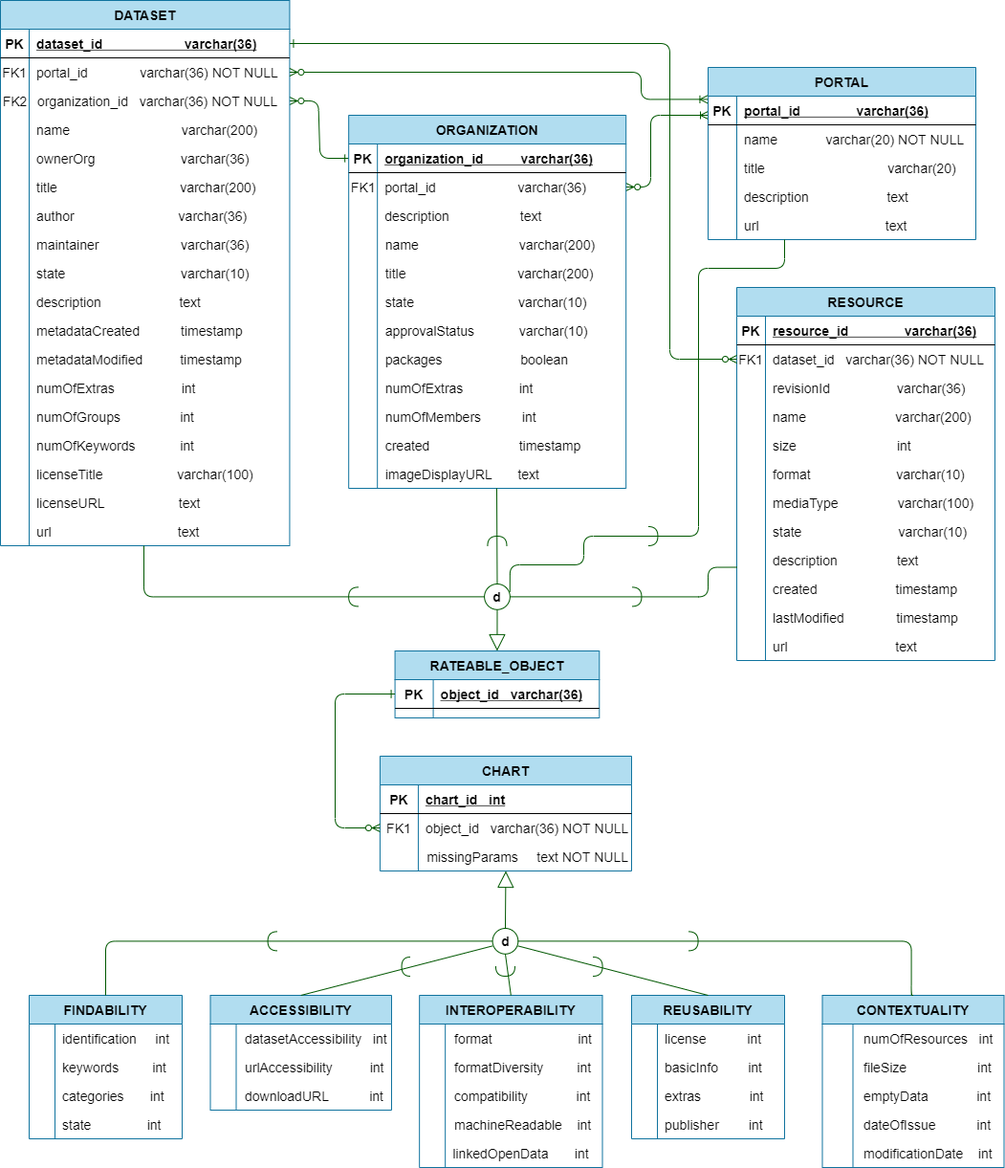
The draw.io diagram db/relation_model.png in lukasunara/ckan-data-analysis, before a commit. Source tidied: cells renumbered, new cells last; positions are measured from the earlier drawing's top-left corner, leaving out a move shared by most shapes.
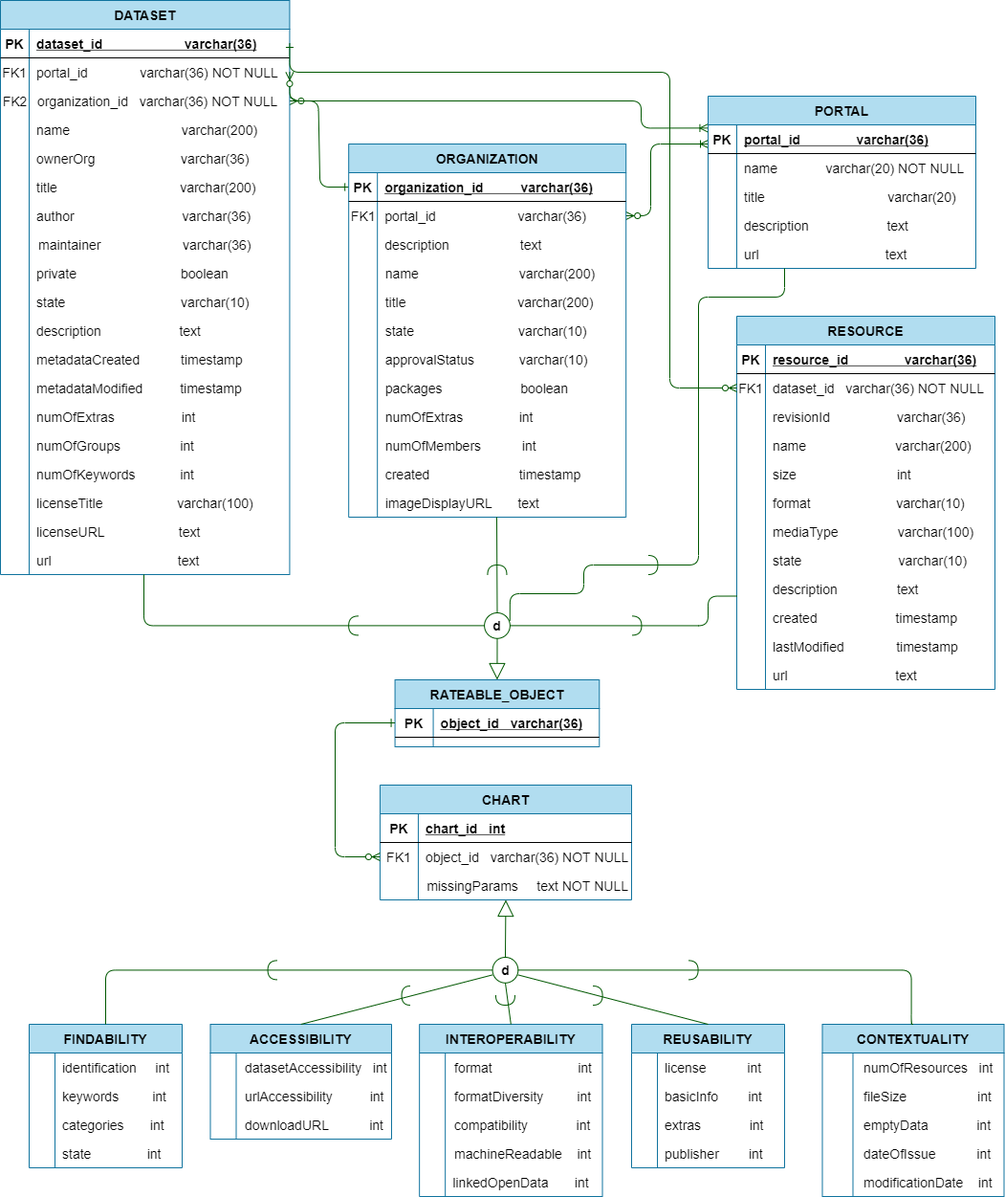
After the change.

What changed in the source:
```diff
@@ -14,7 +14,7 @@
       <mxGeometry relative="1" as="geometry" />
     </mxCell>
     <mxCell id="4" value="DATASET" style="shape=table;startSize=30;rowLines=0;fontStyle=1;align=center;fillColor=#b1ddf0;strokeColor=#10739e;fontSize=14;" parent="1" vertex="1">
-      <mxGeometry width="302.4" height="570" as="geometry" />
+      <mxGeometry y="-30" width="302.4" height="600" as="geometry" />
     </mxCell>
     <mxCell id="5" style="shape=partialRectangle;fillColor=none;points=[[0,0.5],[1,0.5]];portConstraint=eastwest;top=0;left=0;right=0;bottom=1;fontSize=14;" parent="4" vertex="1">
       <mxGeometry y="30" width="302.4" height="30" as="geometry" />
@@ -115,16 +115,16 @@
       </mxGeometry>
     </mxCell>
     <mxCell id="36" value="name                              varchar(200)" style="shape=partialRectangle;overflow=hidden;fillColor=none;top=0;left=0;bottom=0;right=0;align=left;spacingLeft=6;fontSize=14;" parent="1" vertex="1">
-      <mxGeometry x="30" y="120" width="272.4" height="30" as="geometry" />
+      <mxGeometry x="30" y="90" width="272.4" height="30" as="geometry" />
     </mxCell>
     <mxCell id="37" value="title                                 varchar(200)" style="shape=partialRectangle;overflow=hidden;fillColor=none;top=0;left=0;bottom=0;right=0;align=left;spacingLeft=6;fontSize=14;" parent="1" vertex="1">
-      <mxGeometry x="30" y="180" width="268.4" height="30" as="geometry" />
+      <mxGeometry x="30" y="150" width="268.4" height="30" as="geometry" />
     </mxCell>
-    <mxCell id="38" value="author                            varchar(36)" style="shape=partialRectangle;overflow=hidden;fillColor=none;top=0;left=0;bottom=0;right=0;align=left;spacingLeft=6;fontSize=14;" parent="1" vertex="1">
-      <mxGeometry x="30" y="210" width="268.4" height="30" as="geometry" />
+    <mxCell id="38" value="author                             varchar(36)" style="shape=partialRectangle;overflow=hidden;fillColor=none;top=0;left=0;bottom=0;right=0;align=left;spacingLeft=6;fontSize=14;" parent="1" vertex="1">
+      <mxGeometry x="30" y="180" width="268.4" height="30" as="geometry" />
     </mxCell>
     <mxCell id="39" value="maintainer                      varchar(36)" style="shape=partialRectangle;overflow=hidden;fillColor=none;top=0;left=0;bottom=0;right=0;align=left;spacingLeft=6;fontSize=14;" parent="1" vertex="1">
-      <mxGeometry x="30" y="240" width="268.4" height="30" as="geometry" />
+      <mxGeometry x="32" y="210" width="268.4" height="30" as="geometry" />
     </mxCell>
     <mxCell id="40" value="state                               varchar(10)" style="shape=partialRectangle;overflow=hidden;fillColor=none;top=0;left=0;bottom=0;right=0;align=left;spacingLeft=6;fontSize=14;" parent="1" vertex="1">
       <mxGeometry x="30" y="270" width="268.4" height="30" as="geometry" />
@@ -133,7 +133,7 @@
       <mxGeometry x="30" y="300" width="268.4" height="30" as="geometry" />
     </mxCell>
     <mxCell id="42" value="ownerOrg                       varchar(36)" style="shape=partialRectangle;overflow=hidden;fillColor=none;top=0;left=0;bottom=0;right=0;align=left;spacingLeft=6;fontSize=14;" parent="1" vertex="1">
-      <mxGeometry x="30" y="150" width="268.4" height="30" as="geometry" />
+      <mxGeometry x="30" y="120" width="268.4" height="30" as="geometry" />
     </mxCell>
     <mxCell id="43" value="metadataCreated           timestamp" style="shape=partialRectangle;overflow=hidden;fillColor=none;top=0;left=0;bottom=0;right=0;align=left;spacingLeft=6;fontSize=14;" parent="1" vertex="1">
       <mxGeometry x="30" y="330" width="272.4" height="30" as="geometry" />
@@ -555,7 +555,7 @@
       <mxGeometry x="364.7" y="180" width="30" height="30" as="geometry" />
     </mxCell>
     <mxCell id="151" style="shape=partialRectangle;fillColor=none;points=[[0,0.5],[1,0.5]];portConstraint=eastwest;top=0;left=0;right=0;bottom=0;fontSize=14;" parent="1" vertex="1">
-      <mxGeometry y="90" width="302.4" height="30" as="geometry" />
+      <mxGeometry y="60" width="302.4" height="30" as="geometry" />
     </mxCell>
     <mxCell id="152" value="FK2" style="shape=partialRectangle;overflow=hidden;fillColor=none;top=0;left=0;bottom=0;right=0;fontSize=14;" parent="151" vertex="1">
       <mxGeometry width="31" height="30" as="geometry" />
@@ -574,5 +574,8 @@
     <mxCell id="155" value="missingParams     text NOT NULL" style="shape=partialRectangle;overflow=hidden;fillColor=none;top=0;left=0;bottom=0;right=0;align=left;spacingLeft=6;fontSize=14;" parent="1" vertex="1">
       <mxGeometry x="438.2" y="880" width="220" height="30" as="geometry" />
     </mxCell>
+    <mxCell id="156" value="private                            boolean" style="shape=partialRectangle;overflow=hidden;fillColor=none;top=0;left=0;bottom=0;right=0;align=left;spacingLeft=6;fontSize=14;" parent="1" vertex="1">
+      <mxGeometry x="30" y="240" width="268.4" height="30" as="geometry" />
+    </mxCell>
   </root>
 </mxGraphModel>
```
